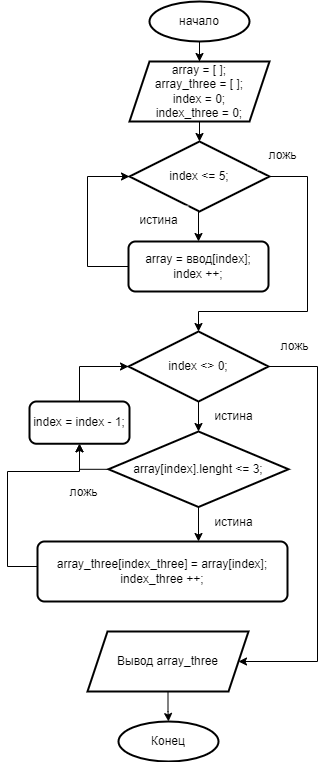
ArtemFinder/seminar-C- keeps this draw.io diagram as final_control_work/блок-схема.png. Above is the earlier version. Source tidied: cells renumbered, new cells last; positions are measured from the earlier drawing's top-left corner, leaving out a move shared by most shapes.
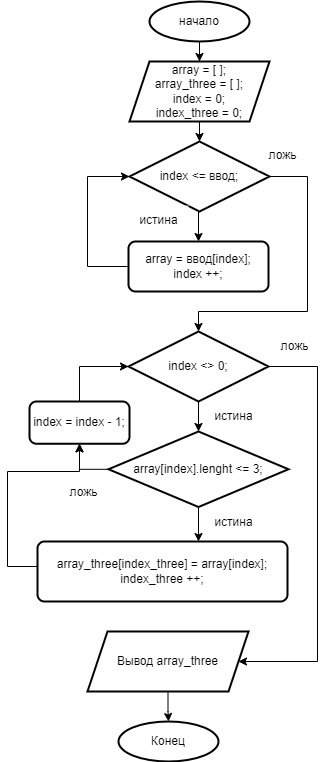
The same diagram one commit later.

Diff of the diagram source:
```diff
@@ -25,7 +25,7 @@
         </Array>
       </mxGeometry>
     </mxCell>
-    <mxCell id="7" value="index &amp;lt;= 5;" style="rhombus;whiteSpace=wrap;html=1;strokeWidth=2;" parent="1" vertex="1">
+    <mxCell id="7" value="index &amp;lt;= ввод;" style="rhombus;whiteSpace=wrap;html=1;strokeWidth=2;" parent="1" vertex="1">
       <mxGeometry x="122" y="140" width="140" height="70" as="geometry" />
     </mxCell>
     <mxCell id="8" style="edgeStyle=orthogonalEdgeStyle;rounded=0;jettySize=auto;html=1;entryX=0;entryY=0.5;entryDx=0;entryDy=0;" parent="1" edge="1" source="9" target="7">
```
